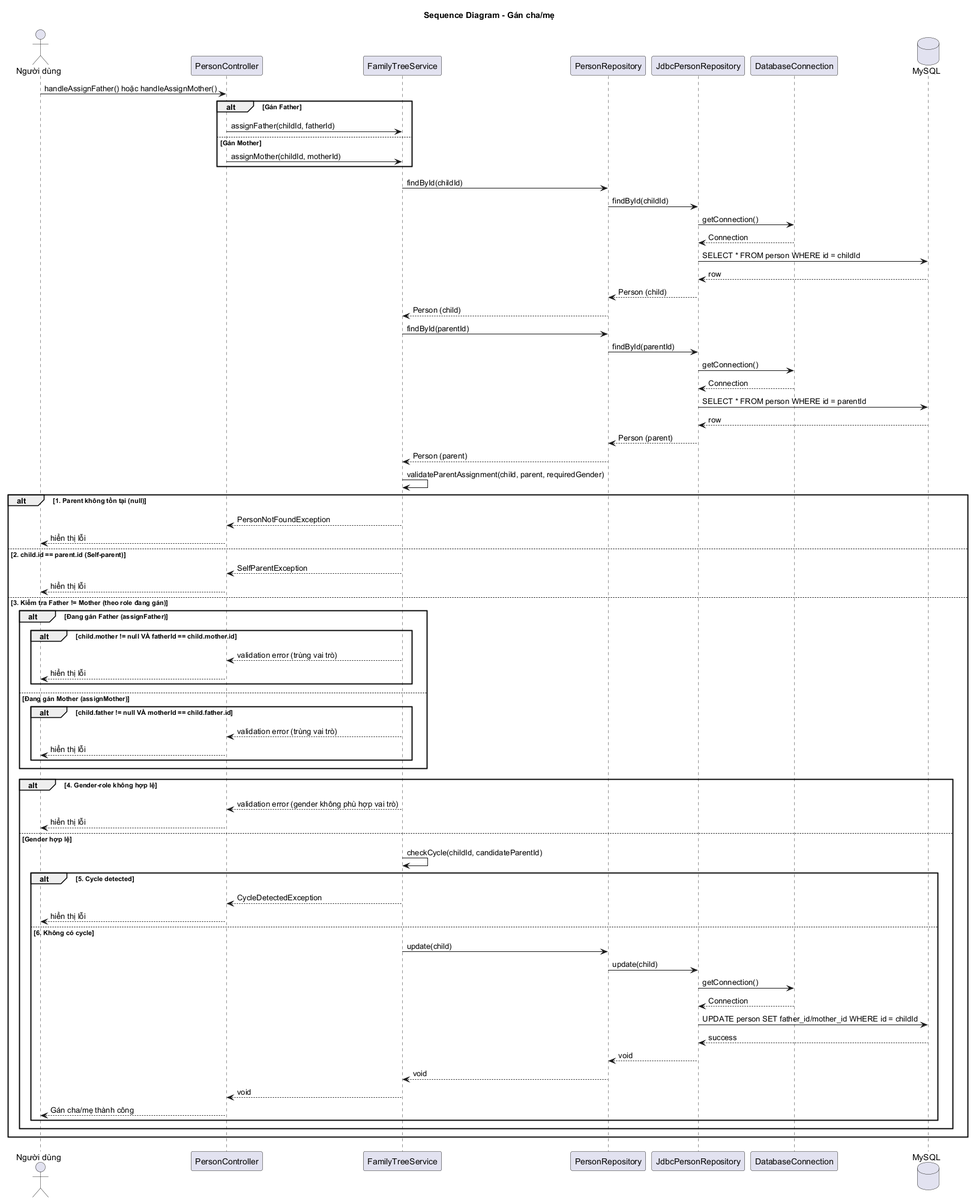
The PlantUML diagram docs/uml/sequence-assign-parent.png in minhchien170704/do-an-gia-pha, before a commit.
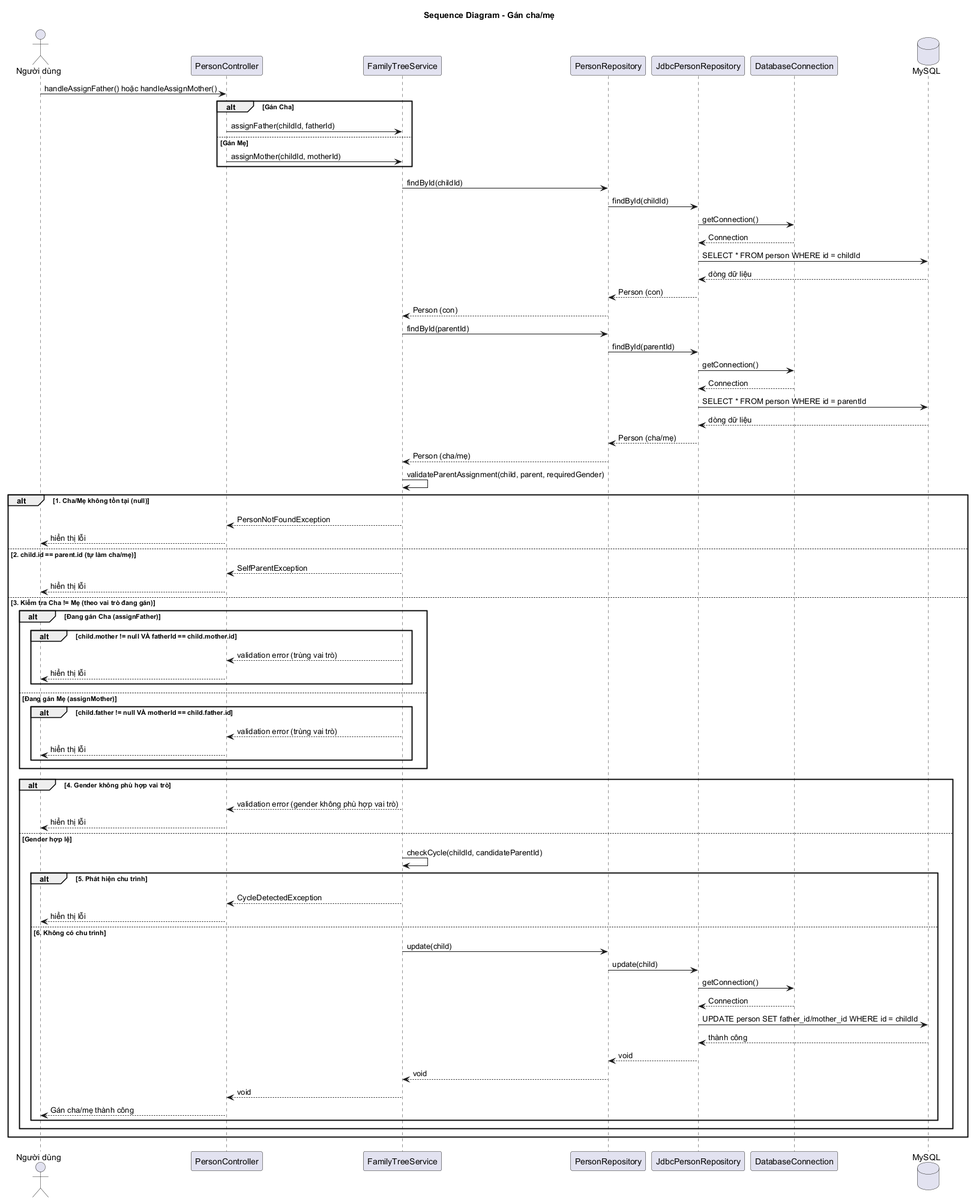
Above is the later version.

What changed in the source:
```diff
@@ -12,9 +12,9 @@
 
 User -> Controller : handleAssignFather() hoặc handleAssignMother()
 
-alt Gán Father
+alt Gán Cha
     Controller -> Service : assignFather(childId, fatherId)
-else Gán Mother
+else Gán Mẹ
     Controller -> Service : assignMother(childId, motherId)
 end
 
@@ -23,61 +23,61 @@
 JdbcRepo -> DBConn : getConnection()
 DBConn --> JdbcRepo : Connection
 JdbcRepo -> DB : SELECT * FROM person WHERE id = childId
-DB --> JdbcRepo : row
-JdbcRepo --> Repo : Person (child)
-Repo --> Service : Person (child)
+DB --> JdbcRepo : dòng dữ liệu
+JdbcRepo --> Repo : Person (con)
+Repo --> Service : Person (con)
 
 Service -> Repo : findById(parentId)
 Repo -> JdbcRepo : findById(parentId)
 JdbcRepo -> DBConn : getConnection()
 DBConn --> JdbcRepo : Connection
 JdbcRepo -> DB : SELECT * FROM person WHERE id = parentId
-DB --> JdbcRepo : row
-JdbcRepo --> Repo : Person (parent)
-Repo --> Service : Person (parent)
+DB --> JdbcRepo : dòng dữ liệu
+JdbcRepo --> Repo : Person (cha/mẹ)
+Repo --> Service : Person (cha/mẹ)
 
 Service -> Service : validateParentAssignment(child, parent, requiredGender)
 
-alt 1. Parent không tồn tại (null)
+alt 1. Cha/Mẹ không tồn tại (null)
     Service --> Controller : PersonNotFoundException
     Controller --> User : hiển thị lỗi
 
-else 2. child.id == parent.id (Self-parent)
+else 2. child.id == parent.id (tự làm cha/mẹ)
     Service --> Controller : SelfParentException
     Controller --> User : hiển thị lỗi
 
-else 3. Kiểm tra Father != Mother (theo role đang gán)
+else 3. Kiểm tra Cha != Mẹ (theo vai trò đang gán)
 
-    alt Đang gán Father (assignFather)
+    alt Đang gán Cha (assignFather)
         alt child.mother != null VÀ fatherId == child.mother.id
             Service --> Controller : validation error (trùng vai trò)
             Controller --> User : hiển thị lỗi
         end
-    else Đang gán Mother (assignMother)
+    else Đang gán Mẹ (assignMother)
         alt child.father != null VÀ motherId == child.father.id
             Service --> Controller : validation error (trùng vai trò)
             Controller --> User : hiển thị lỗi
         end
     end
 
-    alt 4. Gender-role không hợp lệ
+    alt 4. Gender không phù hợp vai trò
         Service --> Controller : validation error (gender không phù hợp vai trò)
         Controller --> User : hiển thị lỗi
 
     else Gender hợp lệ
         Service -> Service : checkCycle(childId, candidateParentId)
 
-        alt 5. Cycle detected
+        alt 5. Phát hiện chu trình
             Service --> Controller : CycleDetectedException
             Controller --> User : hiển thị lỗi
 
-        else 6. Không có cycle
+        else 6. Không có chu trình
             Service -> Repo : update(child)
             Repo -> JdbcRepo : update(child)
             JdbcRepo -> DBConn : getConnection()
             DBConn --> JdbcRepo : Connection
             JdbcRepo -> DB : UPDATE person SET father_id/mother_id WHERE id = childId
-            DB --> JdbcRepo : success
+            DB --> JdbcRepo : thành công
             JdbcRepo --> Repo : void
             Repo --> Service : void
             Service --> Controller : void
```
